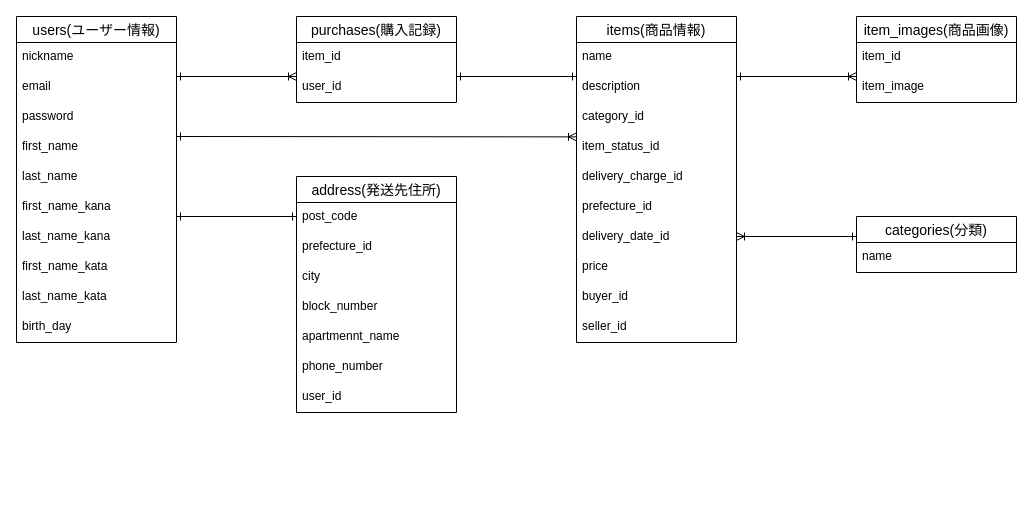
Before: er.dio in Matsu-sh821/furima-41338, a draw.io diagram. Source tidied: cells renumbered, new cells numbered last; positions are measured from the earlier drawing's top-left corner, leaving out a move shared by most shapes. Both pictures are drawn from the tidied source at 100%, with x=0, y=0 at pixel (16, 16).
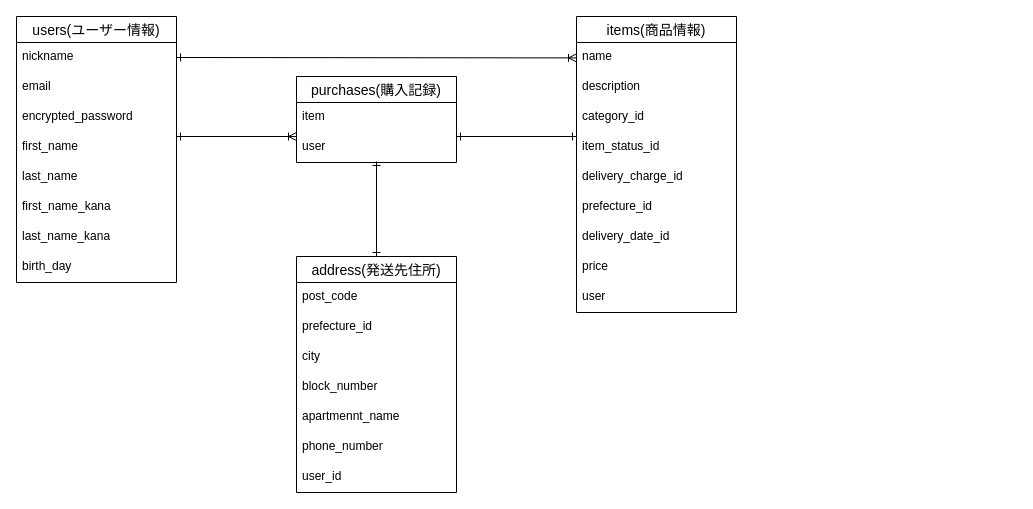
Above is the later version.

Unchanged cells that the change refers to:
```xml
<mxCell id="17" value="item_status_id" style="text;strokeColor=none;fillColor=none;spacingLeft=4;spacingRight=4;overflow=hidden;points=[[0,0.5],[1,0.5]];portConstraint=eastwest;fontSize=12;" parent="13" vertex="1">
  <mxGeometry y="116" width="160" height="30" as="geometry" />
</mxCell>
```

Diff of the diagram source:
```diff
@@
     <mxCell id="2" value="users(ユーザー情報)" style="swimlane;fontStyle=0;horizontal=1;startSize=26;align=center;fontSize=14;" parent="1" vertex="1">
-      <mxGeometry width="160" height="326" as="geometry" />
+      <mxGeometry width="160" height="266" as="geometry" />
     </mxCell>
@@
-    <mxCell id="5" value="password" style="text;strokeColor=none;fillColor=none;spacingLeft=4;spacingRight=4;overflow=hidden;fontSize=12;" parent="2" vertex="1">
+    <mxCell id="5" value="encrypted_password" style="text;strokeColor=none;fillColor=none;spacingLeft=4;spacingRight=4;overflow=hidden;fontSize=12;" parent="2" vertex="1">
       <mxGeometry y="86" width="160" height="30" as="geometry" />
     </mxCell>
@@
-    <mxCell id="10" value="first_name_kata" style="text;strokeColor=none;fillColor=none;spacingLeft=4;spacingRight=4;overflow=hidden;fontSize=12;" parent="2" vertex="1">
-      <mxGeometry y="236" width="160" height="30" as="geometry" />
-    </mxCell>
-    <mxCell id="11" value="last_name_kata" style="text;strokeColor=none;fillColor=none;spacingLeft=4;spacingRight=4;overflow=hidden;fontSize=12;" parent="2" vertex="1">
-      <mxGeometry y="266" width="160" height="30" as="geometry" />
-    </mxCell>
     <mxCell id="12" value="birth_day" style="text;strokeColor=none;fillColor=none;spacingLeft=4;spacingRight=4;overflow=hidden;fontSize=12;" parent="2" vertex="1">
-      <mxGeometry y="296" width="160" height="30" as="geometry" />
+      <mxGeometry y="236" width="160" height="30" as="geometry" />
     </mxCell>
     <mxCell id="13" value="items(商品情報)" style="swimlane;fontStyle=0;horizontal=1;startSize=26;align=center;fontSize=14;" parent="1" vertex="1">
-      <mxGeometry x="560" width="160" height="326" as="geometry" />
+      <mxGeometry x="560" width="160" height="296" as="geometry" />
     </mxCell>
@@
-    <mxCell id="22" value="buyer_id" style="text;strokeColor=none;fillColor=none;spacingLeft=4;spacingRight=4;overflow=hidden;fontSize=12;" parent="13" vertex="1">
-      <mxGeometry y="266" width="160" height="30" as="geometry" />
-    </mxCell>
-    <mxCell id="23" value="seller_id" style="text;strokeColor=none;fillColor=none;spacingLeft=4;spacingRight=4;overflow=hidden;fontSize=12;" parent="13" vertex="1">
-      <mxGeometry y="296" width="160" height="30" as="geometry" />
+    <mxCell id="23" value="user" style="text;strokeColor=none;fillColor=none;spacingLeft=4;spacingRight=4;overflow=hidden;fontSize=12;" parent="13" vertex="1">
+      <mxGeometry y="266" width="160" height="30" as="geometry" />
     </mxCell>
     <mxCell id="24" style="endArrow=ERoneToMany;html=1;rounded=0;startArrow=ERone;startFill=0;endFill=0;" parent="1" edge="1">
       <mxGeometry relative="1" as="geometry">
-        <mxPoint x="160" y="60" as="sourcePoint" />
-        <mxPoint x="280" y="60" as="targetPoint" />
+        <mxPoint x="160" y="120" as="sourcePoint" />
+        <mxPoint x="280" y="120" as="targetPoint" />
       </mxGeometry>
     </mxCell>
     <mxCell id="25" value="purchases(購入記録)" style="swimlane;fontStyle=0;horizontal=1;startSize=26;align=center;fontSize=14;" parent="1" vertex="1">
-      <mxGeometry x="280" width="160" height="86" as="geometry" />
+      <mxGeometry x="280" y="60" width="160" height="86" as="geometry" />
     </mxCell>
-    <mxCell id="26" value="item_id" style="text;strokeColor=none;fillColor=none;spacingLeft=4;spacingRight=4;overflow=hidden;fontSize=12;" parent="25" vertex="1">
+    <mxCell id="26" value="item" style="text;strokeColor=none;fillColor=none;spacingLeft=4;spacingRight=4;overflow=hidden;fontSize=12;" parent="25" vertex="1">
       <mxGeometry y="26" width="160" height="30" as="geometry" />
     </mxCell>
-    <mxCell id="27" value="user_id" style="text;strokeColor=none;fillColor=none;spacingLeft=4;spacingRight=4;overflow=hidden;fontSize=12;" parent="25" vertex="1">
+    <mxCell id="27" value="user" style="text;strokeColor=none;fillColor=none;spacingLeft=4;spacingRight=4;overflow=hidden;fontSize=12;" parent="25" vertex="1">
       <mxGeometry y="56" width="160" height="30" as="geometry" />
     </mxCell>
+    <mxCell id="45" style="endArrow=ERone;html=1;rounded=0;entryX=0.5;entryY=0;entryDx=0;entryDy=0;startArrow=ERone;startFill=0;endFill=0;" parent="25" edge="1" target="28">
+      <mxGeometry relative="1" as="geometry">
+        <mxPoint x="80" y="85" as="sourcePoint" />
+      </mxGeometry>
+    </mxCell>
     <mxCell id="28" value="address(発送先住所)" style="swimlane;fontStyle=0;horizontal=1;startSize=26;align=center;fontSize=14;" parent="1" vertex="1">
-      <mxGeometry x="280" y="160" width="160" height="236" as="geometry" />
+      <mxGeometry x="280" y="240" width="160" height="236" as="geometry" />
     </mxCell>
@@
     <mxCell id="36" style="endArrow=ERone;html=1;rounded=0;strokeColor=default;startArrow=ERone;startFill=0;endFill=0;" parent="1" edge="1">
       <mxGeometry relative="1" as="geometry">
-        <mxPoint x="440" y="60" as="sourcePoint" />
-        <mxPoint x="560" y="60" as="targetPoint" />
+        <mxPoint x="440" y="120" as="sourcePoint" />
+        <mxPoint x="560" y="120" as="targetPoint" />
       </mxGeometry>
     </mxCell>
-    <mxCell id="37" value="item_images(商品画像)" style="swimlane;fontStyle=0;horizontal=1;startSize=26;align=center;fontSize=14;" parent="1" vertex="1">
-      <mxGeometry x="840" width="160" height="86" as="geometry" />
-    </mxCell>
-    <mxCell id="38" value="item_id" style="text;strokeColor=none;fillColor=none;spacingLeft=4;spacingRight=4;overflow=hidden;fontSize=12;" parent="37" vertex="1">
-      <mxGeometry y="26" width="160" height="30" as="geometry" />
-    </mxCell>
-    <mxCell id="39" value="item_image" style="text;strokeColor=none;fillColor=none;spacingLeft=4;spacingRight=4;overflow=hidden;fontSize=12;" parent="37" vertex="1">
-      <mxGeometry y="56" width="160" height="30" as="geometry" />
-    </mxCell>
-    <mxCell id="40" style="endArrow=ERoneToMany;html=1;rounded=0;strokeColor=default;startArrow=ERone;startFill=0;endFill=0;" parent="1" edge="1">
-      <mxGeometry relative="1" as="geometry">
-        <mxPoint x="720" y="60" as="sourcePoint" />
-        <mxPoint x="840" y="60" as="targetPoint" />
-      </mxGeometry>
-    </mxCell>
-    <mxCell id="41" style="endArrow=ERoneToMany;html=1;rounded=0;strokeColor=default;entryX=0;entryY=0.146;entryDx=0;entryDy=0;entryPerimeter=0;startArrow=ERone;startFill=0;endFill=0;" parent="1" edge="1" target="17">
+    <mxCell id="41" style="endArrow=ERoneToMany;html=1;rounded=0;strokeColor=default;entryX=0;entryY=0.146;entryDx=0;entryDy=0;entryPerimeter=0;startArrow=ERone;startFill=0;endFill=0;" parent="1" edge="1">
       <mxGeometry relative="1" as="geometry">
-        <mxPoint x="160" y="120" as="sourcePoint" />
+        <mxPoint x="160" y="41" as="sourcePoint" />
+        <mxPoint x="560" y="41.4" as="targetPoint" />
       </mxGeometry>
     </mxCell>
-    <mxCell id="42" value="categories(分類)" style="swimlane;fontStyle=0;horizontal=1;startSize=26;align=center;fontSize=14;" parent="1" vertex="1">
-      <mxGeometry x="840" y="200" width="160" height="56" as="geometry" />
-    </mxCell>
-    <mxCell id="43" value="name" style="text;strokeColor=none;fillColor=none;spacingLeft=4;spacingRight=4;overflow=hidden;fontSize=12;" parent="42" vertex="1">
-      <mxGeometry y="26" width="160" height="30" as="geometry" />
-    </mxCell>
-    <mxCell id="44" style="endArrow=ERone;html=1;rounded=0;strokeColor=default;startArrow=ERoneToMany;startFill=0;endFill=0;" parent="1" edge="1">
-      <mxGeometry relative="1" as="geometry">
-        <mxPoint x="720" y="220" as="sourcePoint" />
-        <mxPoint x="840" y="220" as="targetPoint" />
-      </mxGeometry>
-    </mxCell>
-    <mxCell id="45" style="endArrow=ERone;html=1;rounded=0;strokeColor=default;startArrow=ERone;startFill=0;endFill=0;" parent="1" edge="1">
-      <mxGeometry relative="1" as="geometry">
-        <mxPoint x="160" y="200" as="sourcePoint" />
-        <mxPoint x="280" y="200" as="targetPoint" />
-      </mxGeometry>
-    </mxCell>
```
